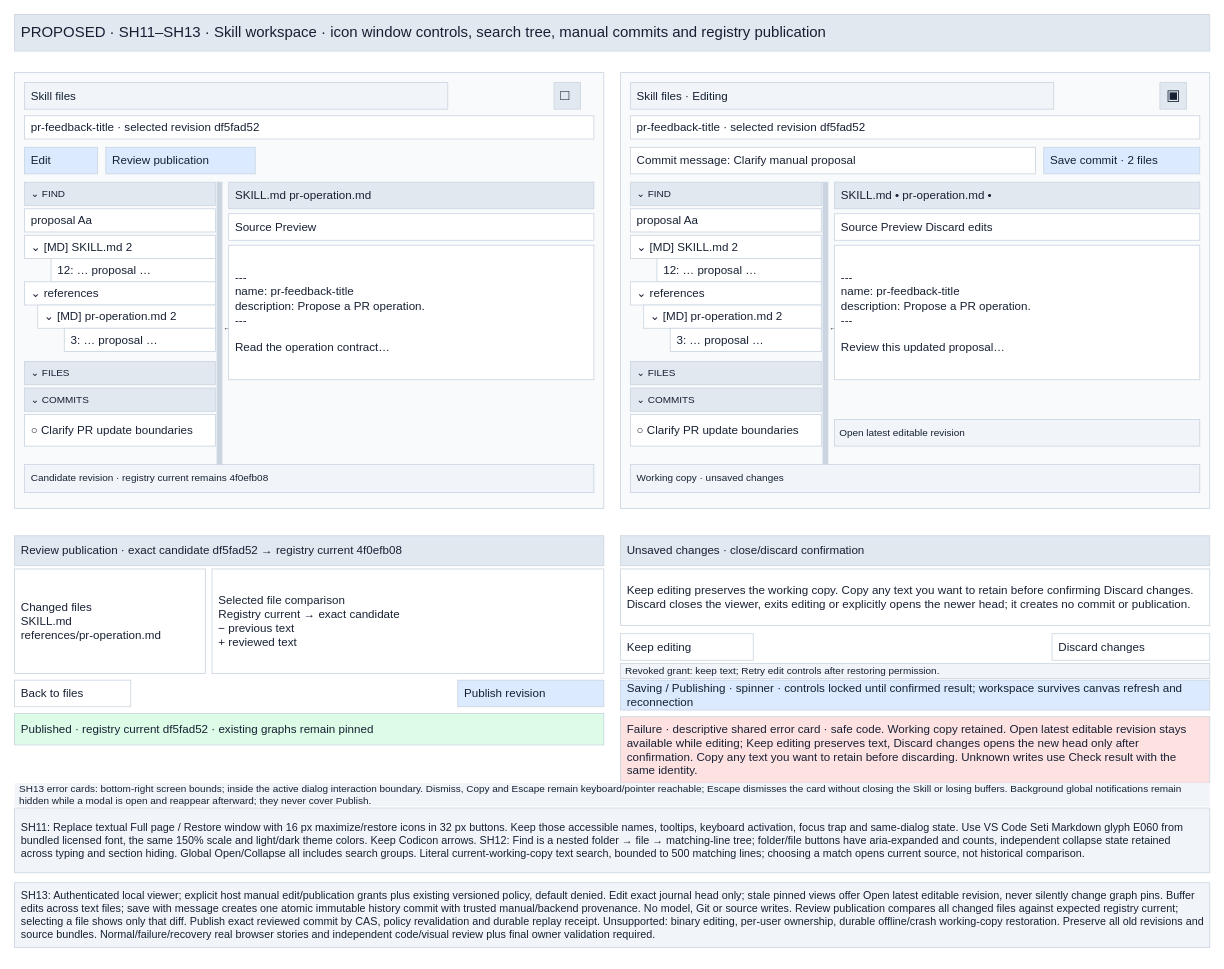
Before: page "Skill workspace editing and publication" (6 of 6) of projects/laomedo/subsystems/skill-registry/design/skill-files.drawio in amadou-6e/specs, a draw.io diagram. Source tidied: cells renumbered, new cells numbered last; positions are measured from the earlier drawing's top-left corner, leaving out a move shared by most shapes. Both pictures are drawn from the tidied source at 83%, with x=0, y=0 at pixel (14, 14).
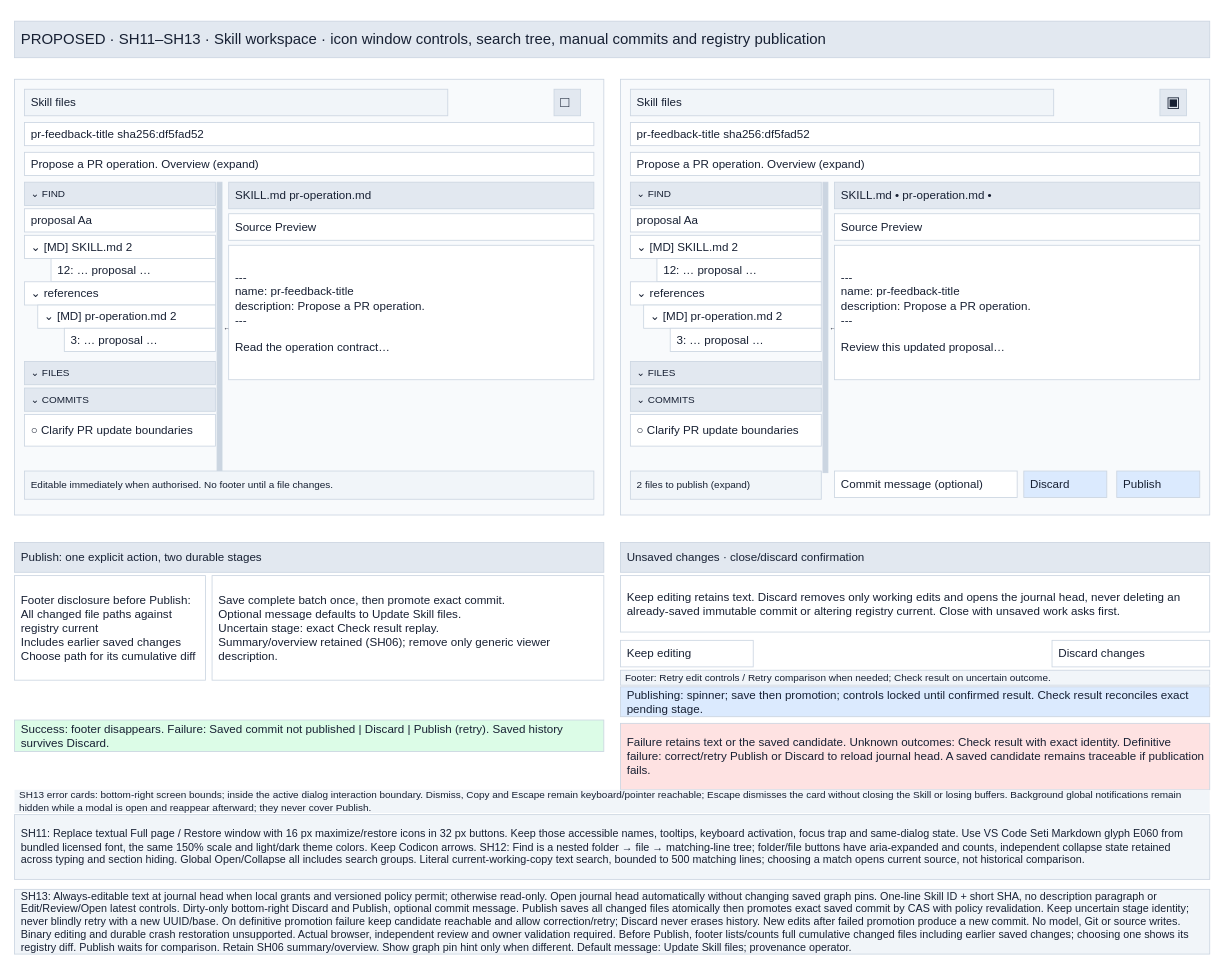
After the change.

Commit message (it also covers changes not shown here):
Specify always-on Skill editing and compact publication footer

Diff of the diagram source:
```diff
@@
     <mxCell id="2" value="PROPOSED · SH11–SH13 · Skill workspace · icon window controls, search tree, manual commits and registry publication" style="rounded=0;whiteSpace=wrap;html=0;fillColor=#e2e8f0;strokeColor=#cbd5e1;fontColor=#172033;fontFamily=Arial;fontSize=18;align=left;verticalAlign=middle;spacing=8;" parent="1" vertex="1">
-      <mxGeometry width="1440" height="44" as="geometry" />
+      <mxGeometry y="8" width="1440" height="44" as="geometry" />
     </mxCell>
     <mxCell id="3" style="rounded=0;whiteSpace=wrap;html=0;fillColor=#f8fafc;strokeColor=#cbd5e1;fontColor=#172033;fontFamily=Arial;fontSize=14;align=left;verticalAlign=middle;spacing=8;" parent="1" vertex="1">
-      <mxGeometry y="70" width="710" height="525" as="geometry" />
+      <mxGeometry y="78" width="710" height="525" as="geometry" />
     </mxCell>
     <mxCell id="4" value="Skill files" style="rounded=0;whiteSpace=wrap;html=0;fillColor=#f1f5f9;strokeColor=#cbd5e1;fontColor=#172033;fontFamily=Arial;fontSize=14;align=left;verticalAlign=middle;spacing=8;" parent="1" vertex="1">
-      <mxGeometry x="12" y="82" width="510" height="32" as="geometry" />
+      <mxGeometry x="12" y="90" width="510" height="32" as="geometry" />
     </mxCell>
     <mxCell id="5" value="□" style="rounded=0;whiteSpace=wrap;html=0;fillColor=#e2e8f0;strokeColor=#cbd5e1;fontColor=#172033;fontFamily=Arial;fontSize=18;align=left;verticalAlign=middle;spacing=8;" parent="1" vertex="1">
-      <mxGeometry x="650" y="82" width="32" height="32" as="geometry" />
+      <mxGeometry x="650" y="90" width="32" height="32" as="geometry" />
     </mxCell>
-    <mxCell id="6" value="pr-feedback-title · selected revision  df5fad52" style="rounded=0;whiteSpace=wrap;html=0;fillColor=#ffffff;strokeColor=#cbd5e1;fontColor=#172033;fontFamily=Arial;fontSize=14;align=left;verticalAlign=middle;spacing=8;" parent="1" vertex="1">
-      <mxGeometry x="12" y="122" width="686" height="28" as="geometry" />
+    <mxCell id="6" value="pr-feedback-title    sha256:df5fad52" style="rounded=0;whiteSpace=wrap;html=0;fillColor=#ffffff;strokeColor=#cbd5e1;fontColor=#172033;fontFamily=Arial;fontSize=14;align=left;verticalAlign=middle;spacing=8;" parent="1" vertex="1">
+      <mxGeometry x="12" y="130" width="686" height="28" as="geometry" />
     </mxCell>
@@
-    <mxCell id="21" value="Edit" style="rounded=0;whiteSpace=wrap;html=0;fillColor=#dbeafe;strokeColor=#cbd5e1;fontColor=#172033;fontFamily=Arial;fontSize=14;align=left;verticalAlign=middle;spacing=8;" parent="1" vertex="1">
-      <mxGeometry x="12" y="160" width="88" height="32" as="geometry" />
-    </mxCell>
-    <mxCell id="22" value="Review publication" style="rounded=0;whiteSpace=wrap;html=0;fillColor=#dbeafe;strokeColor=#cbd5e1;fontColor=#172033;fontFamily=Arial;fontSize=14;align=left;verticalAlign=middle;spacing=8;" parent="1" vertex="1">
-      <mxGeometry x="110" y="160" width="180" height="32" as="geometry" />
-    </mxCell>
-    <mxCell id="23" value="Candidate revision · registry current remains 4f0efb08" style="rounded=0;whiteSpace=wrap;html=0;fillColor=#f1f5f9;strokeColor=#cbd5e1;fontColor=#172033;fontFamily=Arial;fontSize=12;align=left;verticalAlign=middle;spacing=8;" parent="1" vertex="1">
-      <mxGeometry x="12" y="542" width="686" height="34" as="geometry" />
+    <mxCell id="23" value="Editable immediately when authorised. No footer until a file changes." style="rounded=0;whiteSpace=wrap;html=0;fillColor=#f1f5f9;strokeColor=#cbd5e1;fontColor=#172033;fontFamily=Arial;fontSize=12;align=left;verticalAlign=middle;spacing=8;" parent="1" vertex="1">
+      <mxGeometry x="12" y="550" width="686" height="34" as="geometry" />
     </mxCell>
     <mxCell id="24" style="rounded=0;whiteSpace=wrap;html=0;fillColor=#f8fafc;strokeColor=#cbd5e1;fontColor=#172033;fontFamily=Arial;fontSize=14;align=left;verticalAlign=middle;spacing=8;" parent="1" vertex="1">
-      <mxGeometry x="730" y="70" width="710" height="525" as="geometry" />
+      <mxGeometry x="730" y="78" width="710" height="525" as="geometry" />
     </mxCell>
-    <mxCell id="25" value="Skill files · Editing" style="rounded=0;whiteSpace=wrap;html=0;fillColor=#f1f5f9;strokeColor=#cbd5e1;fontColor=#172033;fontFamily=Arial;fontSize=14;align=left;verticalAlign=middle;spacing=8;" parent="1" vertex="1">
-      <mxGeometry x="742" y="82" width="510" height="32" as="geometry" />
+    <mxCell id="25" value="Skill files" style="rounded=0;whiteSpace=wrap;html=0;fillColor=#f1f5f9;strokeColor=#cbd5e1;fontColor=#172033;fontFamily=Arial;fontSize=14;align=left;verticalAlign=middle;spacing=8;" parent="1" vertex="1">
+      <mxGeometry x="742" y="90" width="510" height="32" as="geometry" />
     </mxCell>
     <mxCell id="26" value="▣" style="rounded=0;whiteSpace=wrap;html=0;fillColor=#e2e8f0;strokeColor=#cbd5e1;fontColor=#172033;fontFamily=Arial;fontSize=18;align=left;verticalAlign=middle;spacing=8;" parent="1" vertex="1">
-      <mxGeometry x="1380" y="82" width="32" height="32" as="geometry" />
+      <mxGeometry x="1380" y="90" width="32" height="32" as="geometry" />
     </mxCell>
-    <mxCell id="27" value="pr-feedback-title · selected revision  df5fad52" style="rounded=0;whiteSpace=wrap;html=0;fillColor=#ffffff;strokeColor=#cbd5e1;fontColor=#172033;fontFamily=Arial;fontSize=14;align=left;verticalAlign=middle;spacing=8;" parent="1" vertex="1">
-      <mxGeometry x="742" y="122" width="686" height="28" as="geometry" />
+    <mxCell id="27" value="pr-feedback-title    sha256:df5fad52" style="rounded=0;whiteSpace=wrap;html=0;fillColor=#ffffff;strokeColor=#cbd5e1;fontColor=#172033;fontFamily=Arial;fontSize=14;align=left;verticalAlign=middle;spacing=8;" parent="1" vertex="1">
+      <mxGeometry x="742" y="130" width="686" height="28" as="geometry" />
     </mxCell>
@@
-    <mxCell id="40" value="Source      Preview                  Discard edits" style="rounded=0;whiteSpace=wrap;html=0;fillColor=#ffffff;strokeColor=#cbd5e1;fontColor=#172033;fontFamily=Arial;fontSize=14;align=left;verticalAlign=middle;spacing=8;" parent="1" vertex="1">
+    <mxCell id="40" value="Source      Preview" style="rounded=0;whiteSpace=wrap;html=0;fillColor=#ffffff;strokeColor=#cbd5e1;fontColor=#172033;fontFamily=Arial;fontSize=14;align=left;verticalAlign=middle;spacing=8;" parent="1" vertex="1">
       <mxGeometry x="988" y="240" width="440" height="32" as="geometry" />
     </mxCell>
@@
-    <mxCell id="42" value="Commit message: Clarify manual proposal" style="rounded=0;whiteSpace=wrap;html=0;fillColor=#ffffff;strokeColor=#cbd5e1;fontColor=#172033;fontFamily=Arial;fontSize=14;align=left;verticalAlign=middle;spacing=8;" parent="1" vertex="1">
-      <mxGeometry x="742" y="160" width="488" height="32" as="geometry" />
+    <mxCell id="42" value="Commit message (optional)" style="rounded=0;whiteSpace=wrap;html=0;fillColor=#ffffff;strokeColor=#cbd5e1;fontColor=#172033;fontFamily=Arial;fontSize=14;align=left;verticalAlign=middle;spacing=8;" parent="1" vertex="1">
+      <mxGeometry x="988" y="550" width="220" height="32" as="geometry" />
     </mxCell>
-    <mxCell id="43" value="Save commit · 2 files" style="rounded=0;whiteSpace=wrap;html=0;fillColor=#dbeafe;strokeColor=#cbd5e1;fontColor=#172033;fontFamily=Arial;fontSize=14;align=left;verticalAlign=middle;spacing=8;" parent="1" vertex="1">
-      <mxGeometry x="1240" y="160" width="188" height="32" as="geometry" />
+    <mxCell id="43" value="Publish" style="rounded=0;whiteSpace=wrap;html=0;fillColor=#dbeafe;strokeColor=#cbd5e1;fontColor=#172033;fontFamily=Arial;fontSize=14;align=left;verticalAlign=middle;spacing=8;" parent="1" vertex="1">
+      <mxGeometry x="1328" y="550" width="100" height="32" as="geometry" />
     </mxCell>
-    <mxCell id="44" value="Working copy · unsaved changes" style="rounded=0;whiteSpace=wrap;html=0;fillColor=#f1f5f9;strokeColor=#cbd5e1;fontColor=#172033;fontFamily=Arial;fontSize=12;align=left;verticalAlign=middle;spacing=8;" parent="1" vertex="1">
-      <mxGeometry x="742" y="542" width="686" height="34" as="geometry" />
+    <mxCell id="44" value="2 files to publish (expand)" style="rounded=0;whiteSpace=wrap;html=0;fillColor=#f1f5f9;strokeColor=#cbd5e1;fontColor=#172033;fontFamily=Arial;fontSize=12;align=left;verticalAlign=middle;spacing=8;" parent="1" vertex="1">
+      <mxGeometry x="742" y="550" width="230" height="34" as="geometry" />
     </mxCell>
-    <mxCell id="45" value="Review publication · exact candidate df5fad52 → registry current 4f0efb08" style="rounded=0;whiteSpace=wrap;html=0;fillColor=#e2e8f0;strokeColor=#cbd5e1;fontColor=#172033;fontFamily=Arial;fontSize=14;align=left;verticalAlign=middle;spacing=8;" parent="1" vertex="1">
-      <mxGeometry y="628" width="710" height="36" as="geometry" />
+    <mxCell id="45" value="Publish: one explicit action, two durable stages" style="rounded=0;whiteSpace=wrap;html=0;fillColor=#e2e8f0;strokeColor=#cbd5e1;fontColor=#172033;fontFamily=Arial;fontSize=14;align=left;verticalAlign=middle;spacing=8;" parent="1" vertex="1">
+      <mxGeometry y="636" width="710" height="36" as="geometry" />
     </mxCell>
-    <mxCell id="46" value="Changed files&#10;SKILL.md&#10;references/pr-operation.md" style="rounded=0;whiteSpace=wrap;html=0;fillColor=#ffffff;strokeColor=#cbd5e1;fontColor=#172033;fontFamily=Arial;fontSize=14;align=left;verticalAlign=middle;spacing=8;" parent="1" vertex="1">
-      <mxGeometry y="668" width="230" height="126" as="geometry" />
+    <mxCell id="46" value="Footer disclosure before Publish:&#10;All changed file paths against registry current&#10;Includes earlier saved changes&#10;Choose path for its cumulative diff" style="rounded=0;whiteSpace=wrap;html=0;fillColor=#ffffff;strokeColor=#cbd5e1;fontColor=#172033;fontFamily=Arial;fontSize=14;align=left;verticalAlign=middle;spacing=8;" parent="1" vertex="1">
+      <mxGeometry y="676" width="230" height="126" as="geometry" />
     </mxCell>
-    <mxCell id="47" value="Selected file comparison&#10;Registry current → exact candidate&#10;− previous text&#10;+ reviewed text" style="rounded=0;whiteSpace=wrap;html=0;fillColor=#ffffff;strokeColor=#cbd5e1;fontColor=#172033;fontFamily=Arial;fontSize=14;align=left;verticalAlign=middle;spacing=8;" parent="1" vertex="1">
-      <mxGeometry x="238" y="668" width="472" height="126" as="geometry" />
+    <mxCell id="47" value="Save complete batch once, then promote exact commit.&#10;Optional message defaults to Update Skill files.&#10;Uncertain stage: exact Check result replay.&#10;Summary/overview retained (SH06); remove only generic viewer description." style="rounded=0;whiteSpace=wrap;html=0;fillColor=#ffffff;strokeColor=#cbd5e1;fontColor=#172033;fontFamily=Arial;fontSize=14;align=left;verticalAlign=middle;spacing=8;" parent="1" vertex="1">
+      <mxGeometry x="238" y="676" width="472" height="126" as="geometry" />
     </mxCell>
-    <mxCell id="48" value="Back to files" style="rounded=0;whiteSpace=wrap;html=0;fillColor=#ffffff;strokeColor=#cbd5e1;fontColor=#172033;fontFamily=Arial;fontSize=14;align=left;verticalAlign=middle;spacing=8;" parent="1" vertex="1">
-      <mxGeometry y="802" width="140" height="32" as="geometry" />
-    </mxCell>
-    <mxCell id="49" value="Publish revision" style="rounded=0;whiteSpace=wrap;html=0;fillColor=#dbeafe;strokeColor=#cbd5e1;fontColor=#172033;fontFamily=Arial;fontSize=14;align=left;verticalAlign=middle;spacing=8;" parent="1" vertex="1">
-      <mxGeometry x="534" y="802" width="176" height="32" as="geometry" />
-    </mxCell>
-    <mxCell id="50" value="Published · registry current df5fad52 · existing graphs remain pinned" style="rounded=0;whiteSpace=wrap;html=0;fillColor=#dcfce7;strokeColor=#cbd5e1;fontColor=#172033;fontFamily=Arial;fontSize=14;align=left;verticalAlign=middle;spacing=8;" parent="1" vertex="1">
-      <mxGeometry y="842" width="710" height="38" as="geometry" />
+    <mxCell id="50" value="Success: footer disappears. Failure: Saved commit not published | Discard | Publish (retry). Saved history survives Discard." style="rounded=0;whiteSpace=wrap;html=0;fillColor=#dcfce7;strokeColor=#cbd5e1;fontColor=#172033;fontFamily=Arial;fontSize=14;align=left;verticalAlign=middle;spacing=8;" parent="1" vertex="1">
+      <mxGeometry y="850" width="710" height="38" as="geometry" />
     </mxCell>
     <mxCell id="51" value="Unsaved changes · close/discard confirmation" style="rounded=0;whiteSpace=wrap;html=0;fillColor=#e2e8f0;strokeColor=#cbd5e1;fontColor=#172033;fontFamily=Arial;fontSize=14;align=left;verticalAlign=middle;spacing=8;" parent="1" vertex="1">
-      <mxGeometry x="730" y="628" width="710" height="36" as="geometry" />
+      <mxGeometry x="730" y="636" width="710" height="36" as="geometry" />
     </mxCell>
-    <mxCell id="52" value="Keep editing preserves the working copy. Copy any text you want to retain before confirming Discard changes. Discard closes the viewer, exits editing or explicitly opens the newer head; it creates no commit or publication." style="rounded=0;whiteSpace=wrap;html=0;fillColor=#ffffff;strokeColor=#cbd5e1;fontColor=#172033;fontFamily=Arial;fontSize=14;align=left;verticalAlign=middle;spacing=8;" parent="1" vertex="1">
-      <mxGeometry x="730" y="668" width="710" height="68" as="geometry" />
+    <mxCell id="52" value="Keep editing retains text. Discard removes only working edits and opens the journal head, never deleting an already-saved immutable commit or altering registry current. Close with unsaved work asks first." style="rounded=0;whiteSpace=wrap;html=0;fillColor=#ffffff;strokeColor=#cbd5e1;fontColor=#172033;fontFamily=Arial;fontSize=14;align=left;verticalAlign=middle;spacing=8;" parent="1" vertex="1">
+      <mxGeometry x="730" y="676" width="710" height="68" as="geometry" />
     </mxCell>
     <mxCell id="53" value="Keep editing" style="rounded=0;whiteSpace=wrap;html=0;fillColor=#ffffff;strokeColor=#cbd5e1;fontColor=#172033;fontFamily=Arial;fontSize=14;align=left;verticalAlign=middle;spacing=8;" parent="1" vertex="1">
-      <mxGeometry x="730" y="746" width="160" height="32" as="geometry" />
+      <mxGeometry x="730" y="754" width="160" height="32" as="geometry" />
     </mxCell>
     <mxCell id="54" value="Discard changes" style="rounded=0;whiteSpace=wrap;html=0;fillColor=#ffffff;strokeColor=#cbd5e1;fontColor=#172033;fontFamily=Arial;fontSize=14;align=left;verticalAlign=middle;spacing=8;" parent="1" vertex="1">
-      <mxGeometry x="1250" y="746" width="190" height="32" as="geometry" />
+      <mxGeometry x="1250" y="754" width="190" height="32" as="geometry" />
     </mxCell>
-    <mxCell id="55" value="Saving / Publishing · spinner · controls locked until confirmed result; workspace survives canvas refresh and reconnection" style="rounded=0;whiteSpace=wrap;html=0;fillColor=#dbeafe;strokeColor=#cbd5e1;fontColor=#172033;fontFamily=Arial;fontSize=14;align=left;verticalAlign=middle;spacing=8;" parent="1" vertex="1">
-      <mxGeometry x="730" y="802" width="710" height="36" as="geometry" />
+    <mxCell id="55" value="Publishing: spinner; save then promotion; controls locked until confirmed result. Check result reconciles exact pending stage." style="rounded=0;whiteSpace=wrap;html=0;fillColor=#dbeafe;strokeColor=#cbd5e1;fontColor=#172033;fontFamily=Arial;fontSize=14;align=left;verticalAlign=middle;spacing=8;" parent="1" vertex="1">
+      <mxGeometry x="730" y="810" width="710" height="36" as="geometry" />
     </mxCell>
-    <mxCell id="56" value="Failure · descriptive shared error card · safe code. Working copy retained. Open latest editable revision stays available while editing; Keep editing preserves text, Discard changes opens the new head only after confirmation. Copy any text you want to retain before discarding. Unknown writes use Check result with the same identity." style="rounded=0;whiteSpace=wrap;html=0;fillColor=#fee2e2;strokeColor=#cbd5e1;fontColor=#172033;fontFamily=Arial;fontSize=14;align=left;verticalAlign=middle;spacing=8;" parent="1" vertex="1">
-      <mxGeometry x="730" y="846" width="710" height="80" as="geometry" />
+    <mxCell id="56" value="Failure retains text or the saved candidate. Unknown outcomes: Check result with exact identity. Definitive failure: correct/retry Publish or Discard to reload journal head. A saved candidate remains traceable if publication fails." style="rounded=0;whiteSpace=wrap;html=0;fillColor=#fee2e2;strokeColor=#cbd5e1;fontColor=#172033;fontFamily=Arial;fontSize=14;align=left;verticalAlign=middle;spacing=8;" parent="1" vertex="1">
+      <mxGeometry x="730" y="854" width="710" height="80" as="geometry" />
     </mxCell>
     <mxCell id="57" value="SH11: Replace textual Full page / Restore window with 16 px maximize/restore icons in 32 px buttons. Keep those accessible names, tooltips, keyboard activation, focus trap and same-dialog state. Use VS Code Seti Markdown glyph E060 from bundled licensed font, the same 150% scale and light/dark theme colors. Keep Codicon arrows. SH12: Find is a nested folder → file → matching-line tree; folder/file buttons have aria-expanded and counts, independent collapse state retained across typing and section hiding. Global Open/Collapse all includes search groups. Literal current-working-copy text search, bounded to 500 matching lines; choosing a match opens current source, not historical comparison." style="rounded=0;whiteSpace=wrap;html=0;fillColor=#f1f5f9;strokeColor=#cbd5e1;fontColor=#172033;fontFamily=Arial;fontSize=13;align=left;verticalAlign=middle;spacing=8;" parent="1" vertex="1">
-      <mxGeometry y="956" width="1440" height="78" as="geometry" />
+      <mxGeometry y="964" width="1440" height="78" as="geometry" />
     </mxCell>
-    <mxCell id="58" value="SH13: Authenticated local viewer; explicit host manual edit/publication grants plus existing versioned policy, default denied. Edit exact journal head only; stale pinned views offer Open latest editable revision, never silently change graph pins. Buffer edits across text files; save with message creates one atomic immutable history commit with trusted manual/backend provenance. No model, Git or source writes. Review publication compares all changed files against expected registry current; selecting a file shows only that diff. Publish exact reviewed commit by CAS, policy revalidation and durable replay receipt. Unsupported: binary editing, per-user ownership, durable offline/crash working-copy restoration. Preserve all old revisions and source bundles. Normal/failure/recovery real browser stories and independent code/visual review plus final owner validation required." style="rounded=0;whiteSpace=wrap;html=0;fillColor=#f1f5f9;strokeColor=#cbd5e1;fontColor=#172033;fontFamily=Arial;fontSize=13;align=left;verticalAlign=middle;spacing=8;" parent="1" vertex="1">
-      <mxGeometry y="1046" width="1440" height="78" as="geometry" />
+    <mxCell id="58" value="SH13: Always-editable text at journal head when local grants and versioned policy permit; otherwise read-only. Open journal head automatically without changing saved graph pins. One-line Skill ID + short SHA, no description paragraph or Edit/Review/Open latest controls. Dirty-only bottom-right Discard and Publish, optional commit message. Publish saves all changed files atomically then promotes exact saved commit by CAS with policy revalidation. Keep uncertain stage identity; never blindly retry with a new UUID/base. On definitive promotion failure keep candidate reachable and allow correction/retry; Discard never erases history. New edits after failed promotion produce a new commit. No model, Git or source writes. Binary editing and durable crash restoration unsupported. Actual browser, independent review and owner validation required. Before Publish, footer lists/counts full cumulative changed files including earlier saved changes; choosing one shows its registry diff. Publish waits for comparison. Retain SH06 summary/overview. Show graph pin hint only when different. Default message: Update Skill files; provenance operator." style="rounded=0;whiteSpace=wrap;html=0;fillColor=#f1f5f9;strokeColor=#cbd5e1;fontColor=#172033;fontFamily=Arial;fontSize=13;align=left;verticalAlign=middle;spacing=8;" parent="1" vertex="1">
+      <mxGeometry y="1054" width="1440" height="78" as="geometry" />
     </mxCell>
     <mxCell id="59" value="SH13 error cards: bottom-right screen bounds; inside the active dialog interaction boundary. Dismiss, Copy and Escape remain keyboard/pointer reachable; Escape dismisses the card without closing the Skill or losing buffers. Background global notifications remain hidden while a modal is open and reappear afterward; they never cover Publish." style="rounded=0;whiteSpace=wrap;html=0;fillColor=#f1f5f9;strokeColor=none;fontColor=#172033;fontFamily=Arial;fontSize=12;align=left;verticalAlign=middle;spacing=6;" parent="1" vertex="1">
-      <mxGeometry y="926" width="1440" height="28" as="geometry" />
+      <mxGeometry y="934" width="1440" height="28" as="geometry" />
     </mxCell>
-    <mxCell id="60" value="Open latest editable revision" style="rounded=0;whiteSpace=wrap;html=0;fillColor=#f1f5f9;strokeColor=#cbd5e1;fontColor=#172033;fontFamily=Arial;fontSize=12;align=left;verticalAlign=middle;spacing=6;" parent="1" vertex="1">
-      <mxGeometry x="988" y="488" width="440" height="32" as="geometry" />
-    </mxCell>
-    <mxCell id="61" value="Revoked grant: keep text; Retry edit controls after restoring permission." style="rounded=0;whiteSpace=wrap;html=0;fillColor=#f1f5f9;strokeColor=#cbd5e1;fontColor=#172033;fontFamily=Arial;fontSize=12;align=left;verticalAlign=middle;spacing=6;" parent="1" vertex="1">
-      <mxGeometry x="730" y="782" width="710" height="18" as="geometry" />
+    <mxCell id="61" value="Footer: Retry edit controls / Retry comparison when needed; Check result on uncertain outcome." style="rounded=0;whiteSpace=wrap;html=0;fillColor=#f1f5f9;strokeColor=#cbd5e1;fontColor=#172033;fontFamily=Arial;fontSize=12;align=left;verticalAlign=middle;spacing=6;" parent="1" vertex="1">
+      <mxGeometry x="730" y="790" width="710" height="18" as="geometry" />
     </mxCell>
+    <mxCell id="62" value="Discard" style="rounded=0;whiteSpace=wrap;html=0;fillColor=#dbeafe;strokeColor=#cbd5e1;fontColor=#172033;fontFamily=Arial;fontSize=14;align=left;verticalAlign=middle;spacing=8;" parent="1" vertex="1">
+      <mxGeometry x="1216" y="550" width="100" height="32" as="geometry" />
+    </mxCell>
+    <mxCell id="63" value="Propose a PR operation.   Overview (expand)" style="rounded=0;whiteSpace=wrap;html=0;fillColor=#ffffff;strokeColor=#cbd5e1;fontColor=#172033;fontFamily=Arial;fontSize=14;align=left;verticalAlign=middle;spacing=8;" parent="1" vertex="1">
+      <mxGeometry x="12" y="166" width="686" height="28" as="geometry" />
+    </mxCell>
+    <mxCell id="64" value="Propose a PR operation.   Overview (expand)" style="rounded=0;whiteSpace=wrap;html=0;fillColor=#ffffff;strokeColor=#cbd5e1;fontColor=#172033;fontFamily=Arial;fontSize=14;align=left;verticalAlign=middle;spacing=8;" parent="1" vertex="1">
+      <mxGeometry x="742" y="166" width="686" height="28" as="geometry" />
+    </mxCell>
```
